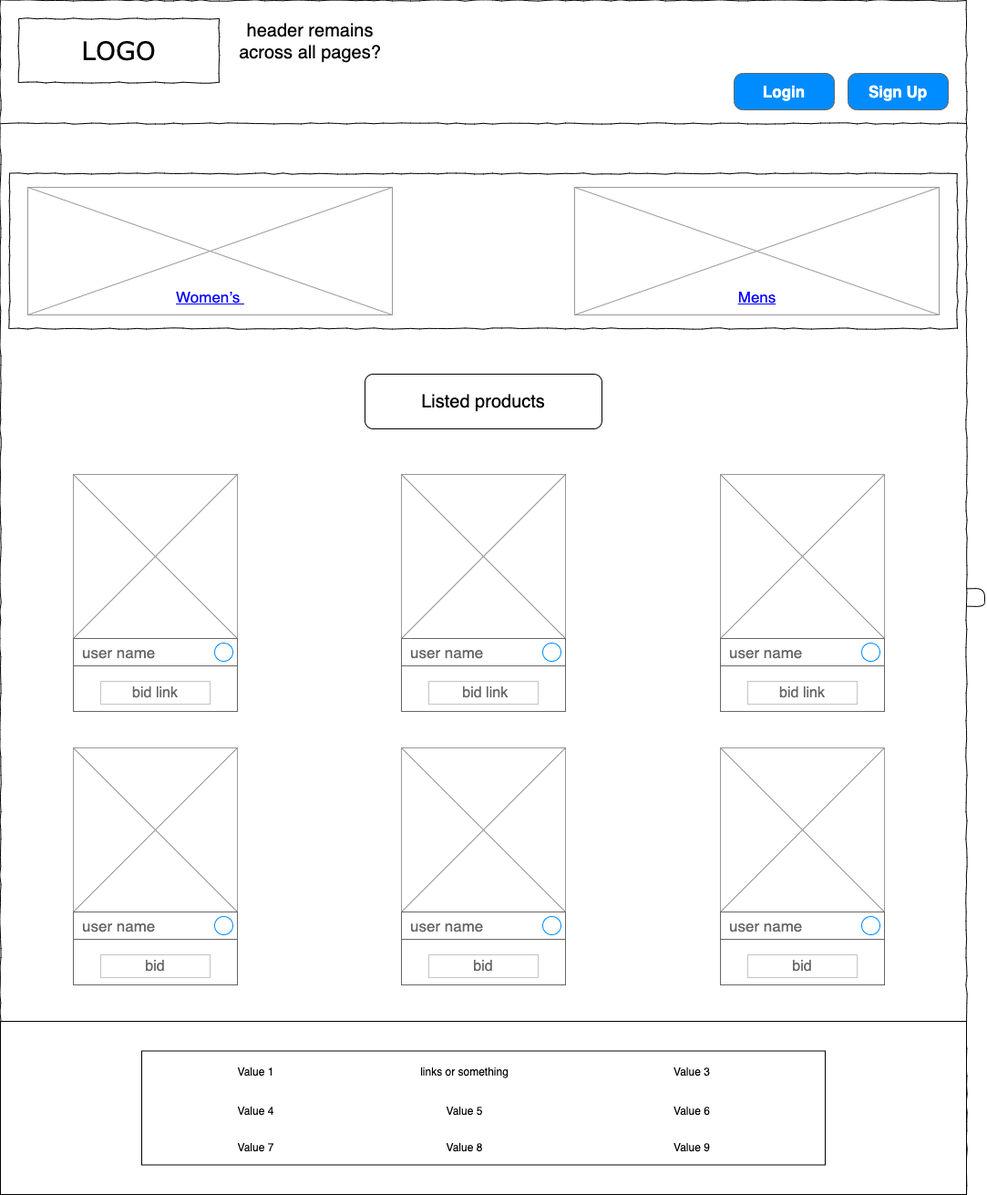
Earlier version of the draw.io export main.png (DylanMcGrann-dev/midterm_buy_and_sell). Source tidied: cells renumbered, new cells last; positions are measured from the earlier drawing's top-left corner, leaving out a move shared by most shapes.
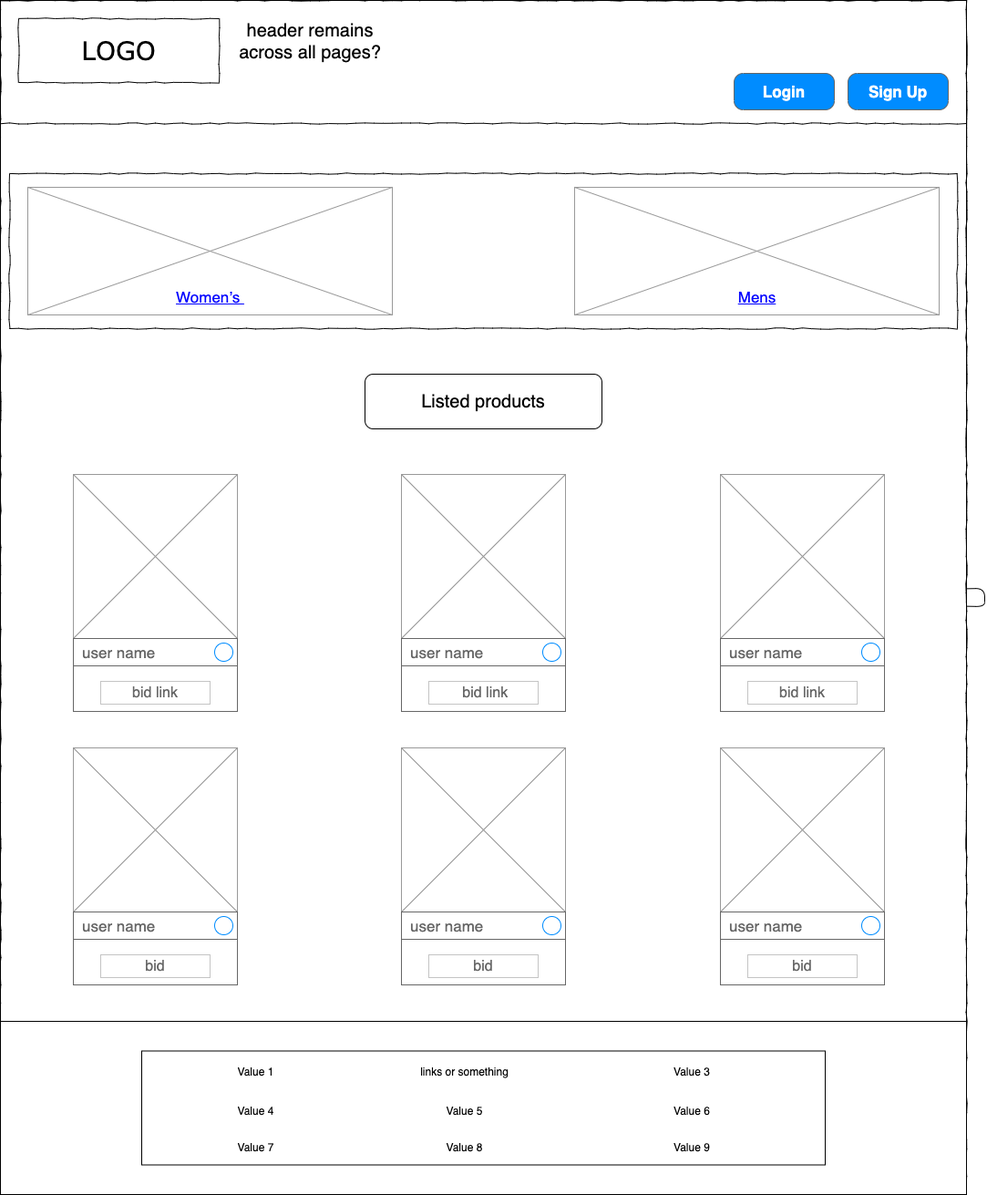
Above is the later version.

What changed in the source:
```diff
@@ -2,6 +2,9 @@
   <root>
     <mxCell id="0" />
     <mxCell id="1" parent="0" />
+    <mxCell id="59" style="rounded=0;whiteSpace=wrap;html=1;fontSize=20;verticalAlign=bottom;" parent="1" vertex="1">
+      <mxGeometry width="1060" height="1290" as="geometry" />
+    </mxCell>
     <mxCell id="2" style="whiteSpace=wrap;html=1;rounded=0;shadow=0;labelBackgroundColor=none;strokeColor=#000000;strokeWidth=1;fillColor=none;fontFamily=Verdana;fontSize=12;fontColor=#000000;align=center;comic=1;" parent="1" vertex="1">
       <mxGeometry width="1060" height="1310" as="geometry" />
     </mxCell>
```
